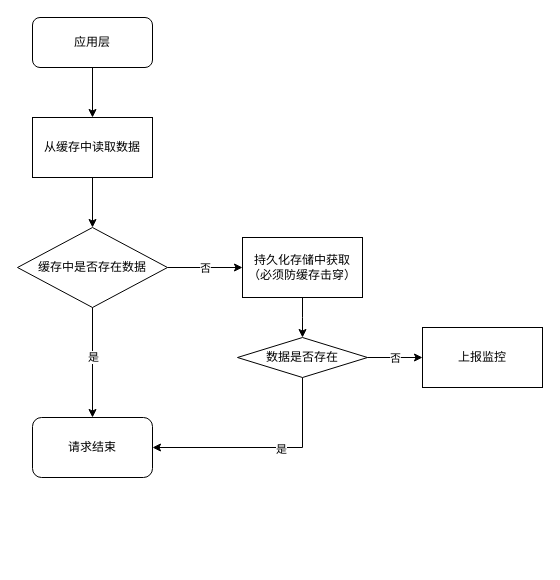
tianjiawei/draw keeps this draw.io diagram as 属性中心数据读取流程图.drawio. Above is the earlier version. Source tidied: cells renumbered, new cells numbered last; positions are measured from the earlier drawing's top-left corner, leaving out a move shared by most shapes. Both pictures are drawn from the tidied source at 100%, with x=0, y=0 at pixel (17, 17).
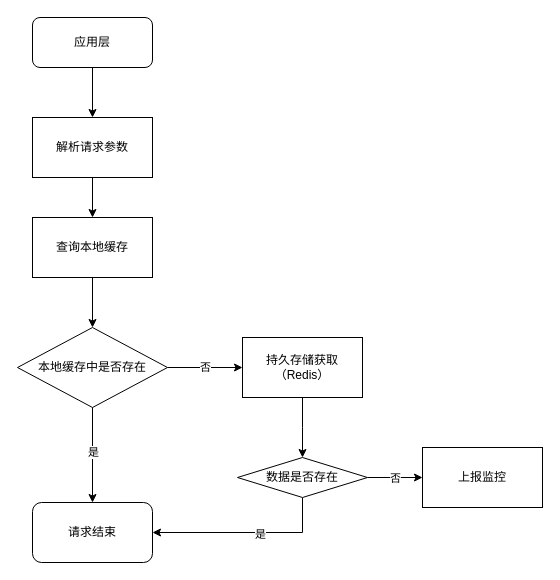
After the change.

Commit message:
更新属性中心数据读取流程图.drawio

What changed in the source:
```diff
@@
+    <mxCell id="18" style="edgeStyle=orthogonalEdgeStyle;rounded=0;jettySize=auto;html=1;exitX=0.5;exitY=1;exitDx=0;exitDy=0;entryX=0.5;entryY=0;entryDx=0;entryDy=0;" parent="1" edge="1" source="3" target="19">
+      <mxGeometry relative="1" as="geometry" />
+    </mxCell>
-    <mxCell id="3" value="从缓存中读取数据" style="rounded=0;whiteSpace=wrap;html=1;" parent="1" vertex="1">
+    <mxCell id="3" value="解析请求参数" style="rounded=0;whiteSpace=wrap;html=1;" parent="1" vertex="1">
       <mxGeometry x="15" y="100" width="120" height="60" as="geometry" />
     </mxCell>
@@
-    <mxCell id="5" value="否" style="edgeStyle=orthogonalEdgeStyle;rounded=0;jettySize=auto;html=1;exitX=1;exitY=0.5;exitDx=0;exitDy=0;" parent="1" edge="1" source="6">
-      <mxGeometry relative="1" as="geometry">
-        <mxPoint x="225" y="250" as="targetPoint" />
-      </mxGeometry>
+    <mxCell id="5" value="否" style="edgeStyle=orthogonalEdgeStyle;rounded=0;jettySize=auto;html=1;exitX=1;exitY=0.5;exitDx=0;exitDy=0;entryX=0;entryY=0.5;entryDx=0;entryDy=0;" parent="1" edge="1" source="6" target="12">
+      <mxGeometry relative="1" as="geometry" />
     </mxCell>
-    <mxCell id="6" value="缓存中是否存在数据" style="rhombus;whiteSpace=wrap;html=1;" parent="1" vertex="1">
-      <mxGeometry y="210" width="150" height="80" as="geometry" />
+    <mxCell id="6" value="本地缓存中是否存在" style="rhombus;whiteSpace=wrap;html=1;" parent="1" vertex="1">
+      <mxGeometry y="310" width="150" height="80" as="geometry" />
     </mxCell>
-    <mxCell id="7" style="endArrow=classic;html=1;rounded=0;exitX=0.5;exitY=1;exitDx=0;exitDy=0;entryX=0.5;entryY=0;entryDx=0;entryDy=0;" parent="1" edge="1" source="3" target="6">
+    <mxCell id="7" style="endArrow=classic;html=1;rounded=0;exitX=0.5;exitY=1;exitDx=0;exitDy=0;entryX=0.5;entryY=0;entryDx=0;entryDy=0;" parent="1" edge="1" source="19" target="6">
       <mxGeometry relative="1" as="geometry" />
     </mxCell>
-    <mxCell id="8" style="endArrow=classic;html=1;rounded=0;exitX=0.5;exitY=1;exitDx=0;exitDy=0;entryX=0.5;entryY=0;entryDx=0;entryDy=0;" parent="1" edge="1" source="6" target="10">
+    <mxCell id="8" style="endArrow=classic;html=1;rounded=0;entryX=0.5;entryY=0;entryDx=0;entryDy=0;exitX=0.5;exitY=1;exitDx=0;exitDy=0;" parent="1" edge="1" source="6" target="10">
       <mxGeometry relative="1" as="geometry" />
     </mxCell>
@@
     <mxCell id="10" value="请求结束" style="rounded=1;whiteSpace=wrap;html=1;" parent="1" vertex="1">
-      <mxGeometry x="15" y="400" width="120" height="60" as="geometry" />
+      <mxGeometry x="15" y="485" width="120" height="60" as="geometry" />
     </mxCell>
     <mxCell id="11" style="edgeStyle=orthogonalEdgeStyle;rounded=0;jettySize=auto;html=1;exitX=0.5;exitY=1;exitDx=0;exitDy=0;" parent="1" edge="1" source="12">
       <mxGeometry relative="1" as="geometry">
-        <mxPoint x="285" y="320" as="targetPoint" />
+        <mxPoint x="285" y="440" as="targetPoint" />
       </mxGeometry>
     </mxCell>
-    <mxCell id="12" value="持久化存储中获取（必须防缓存击穿）" style="rounded=0;whiteSpace=wrap;html=1;" parent="1" vertex="1">
-      <mxGeometry x="225" y="220" width="120" height="60" as="geometry" />
+    <mxCell id="12" value="持久存储获取（Redis）" style="rounded=0;whiteSpace=wrap;html=1;" parent="1" vertex="1">
+      <mxGeometry x="225" y="320" width="120" height="60" as="geometry" />
     </mxCell>
@@
     <mxCell id="15" value="否" style="edgeStyle=orthogonalEdgeStyle;rounded=0;jettySize=auto;html=1;exitX=1;exitY=0.5;exitDx=0;exitDy=0;" parent="1" edge="1" source="16">
       <mxGeometry relative="1" as="geometry">
-        <mxPoint x="405" y="340" as="targetPoint" />
+        <mxPoint x="405" y="460" as="targetPoint" />
       </mxGeometry>
     </mxCell>
     <mxCell id="16" value="数据是否存在" style="rhombus;whiteSpace=wrap;html=1;" parent="1" vertex="1">
-      <mxGeometry x="220" y="320" width="130" height="40" as="geometry" />
+      <mxGeometry x="220" y="440" width="130" height="40" as="geometry" />
     </mxCell>
     <mxCell id="17" value="上报监控" style="rounded=0;whiteSpace=wrap;html=1;" parent="1" vertex="1">
-      <mxGeometry x="405" y="310" width="120" height="60" as="geometry" />
+      <mxGeometry x="405" y="430" width="120" height="60" as="geometry" />
     </mxCell>
+    <mxCell id="19" value="查询本地缓存" style="rounded=0;whiteSpace=wrap;html=1;" parent="1" vertex="1">
+      <mxGeometry x="15" y="200" width="120" height="60" as="geometry" />
+    </mxCell>
```
